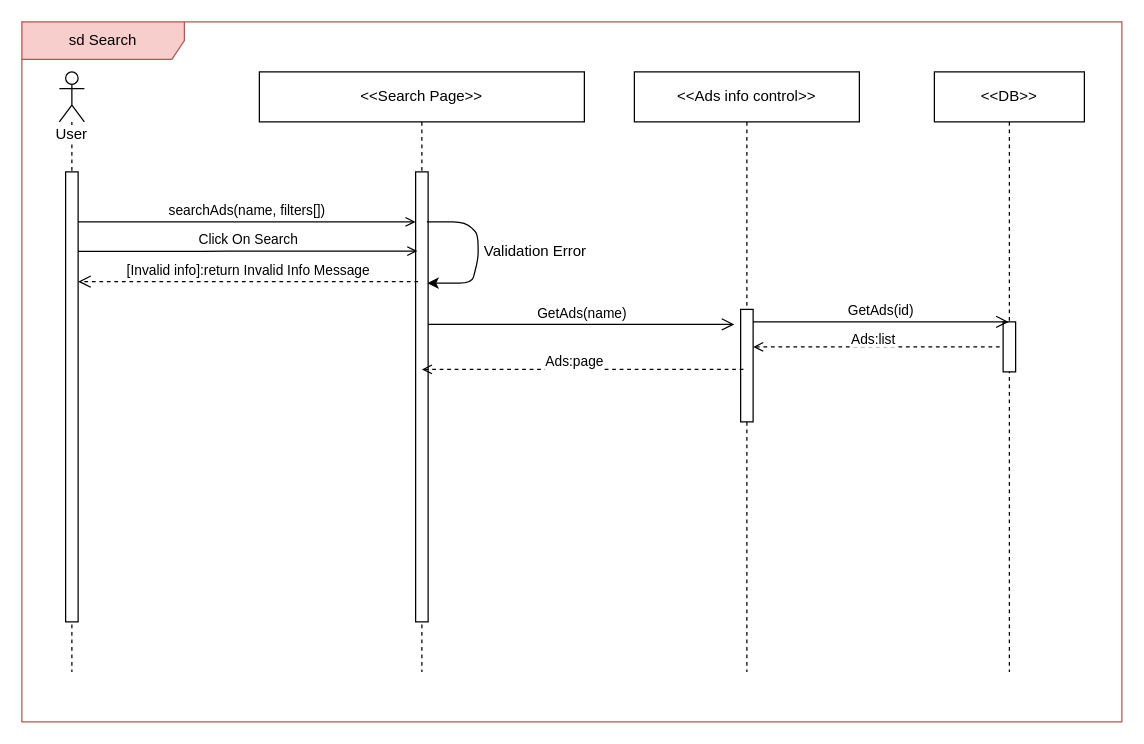
Before: page "Search-SD" (2 of 20) of SequenceDiagram/Middleware_CarBaMaSequenceDiagram.drawio in MelvinMo/CarBaMa_Automotive-Sale-Application, a draw.io diagram. Source tidied: cells renumbered, new cells numbered last; positions are measured from the earlier drawing's top-left corner, leaving out a move shared by most shapes. Both pictures are drawn from the tidied source at 125%, with x=0, y=0 at pixel (21, 21).
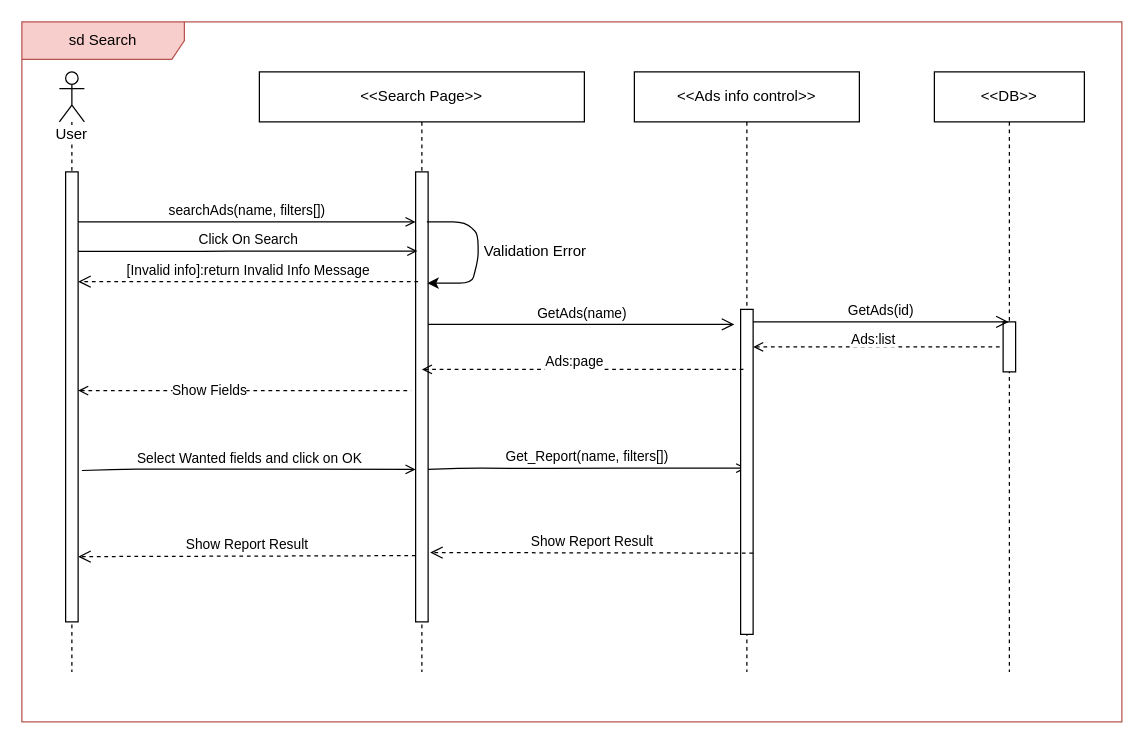
Above is the later version.

The change refers to these unchanged cells:
```xml
<mxCell id="4" style="html=1;points=[];perimeter=orthogonalPerimeter;" parent="3" vertex="1">
  <mxGeometry x="5" y="80" width="10" height="360" as="geometry" />
</mxCell>
<mxCell id="5" value="&amp;lt;&amp;lt;Search Page&amp;gt;&amp;gt;" style="shape=umlLifeline;perimeter=lifelinePerimeter;whiteSpace=wrap;html=1;" parent="1" vertex="1">
  <mxGeometry x="190" y="40" width="260" height="480" as="geometry" />
</mxCell>
<mxCell id="6" style="html=1;points=[];perimeter=orthogonalPerimeter;" parent="5" vertex="1">
  <mxGeometry x="125" y="80" width="10" height="360" as="geometry" />
</mxCell>
<mxCell id="9" value="&amp;lt;&amp;lt;Ads info control&amp;gt;&amp;gt;" style="shape=umlLifeline;perimeter=lifelinePerimeter;whiteSpace=wrap;html=1;outlineConnect=0;" parent="1" vertex="1">
  <mxGeometry x="490" y="40" width="180" height="480" as="geometry" />
</mxCell>
```

The edit, as a diff of the source:
```diff
@@
+    <mxCell id="22" value="Get_Report(name, filters[])" style="html=1;verticalAlign=bottom;endArrow=open;endFill=0;exitX=1.1;exitY=0.114;exitDx=0;exitDy=0;exitPerimeter=0;" parent="5" edge="1" target="9">
+      <mxGeometry relative="1" as="geometry">
+        <mxPoint x="135" y="318" as="sourcePoint" />
+        <Array as="points">
+          <mxPoint x="169" y="317" />
+          <mxPoint x="220" y="317.2" />
+          <mxPoint x="299" y="317" />
+        </Array>
+      </mxGeometry>
+    </mxCell>
@@
     <mxCell id="10" style="html=1;perimeter=orthogonalPerimeter;" parent="9" vertex="1">
-      <mxGeometry x="85" y="190" width="10" height="90" as="geometry" />
+      <mxGeometry x="85" y="190" width="10" height="260" as="geometry" />
     </mxCell>
@@
+    <mxCell id="23" value="Show Report Result" style="html=1;verticalAlign=bottom;endArrow=open;dashed=1;endSize=8;" parent="1" edge="1">
+      <mxGeometry relative="1" as="geometry">
+        <mxPoint x="315" y="427" as="sourcePoint" />
+        <mxPoint x="45" y="427.8" as="targetPoint" />
+      </mxGeometry>
+    </mxCell>
+    <mxCell id="24" style="endArrow=none;dashed=1;html=1;startArrow=open;startFill=0;entryX=-0.36;entryY=0.486;entryDx=0;entryDy=0;entryPerimeter=0;" parent="1" edge="1" source="4" target="6">
+      <mxGeometry relative="1" as="geometry" />
+    </mxCell>
+    <mxCell id="25" value="Show Fields" style="edgeLabel;html=1;align=center;verticalAlign=middle;" parent="24" vertex="1">
+      <mxGeometry x="-0.22" relative="1" as="geometry" />
+    </mxCell>
+    <mxCell id="26" value="Select Wanted fields and click on OK" style="html=1;verticalAlign=bottom;endArrow=open;endFill=0;exitX=1.1;exitY=0.114;exitDx=0;exitDy=0;exitPerimeter=0;" parent="1" edge="1">
+      <mxGeometry relative="1" as="geometry">
+        <mxPoint x="48" y="358.9" as="sourcePoint" />
+        <mxPoint x="315" y="358" as="targetPoint" />
+        <Array as="points">
+          <mxPoint x="82" y="357.8" />
+          <mxPoint x="212" y="357.8" />
+        </Array>
+      </mxGeometry>
+    </mxCell>
+    <mxCell id="27" value="Show Report Result" style="html=1;verticalAlign=bottom;endArrow=open;dashed=1;endSize=8;entryX=1.16;entryY=0.846;entryDx=0;entryDy=0;entryPerimeter=0;" parent="1" edge="1" target="6">
+      <mxGeometry relative="1" as="geometry">
+        <mxPoint x="585" y="425" as="sourcePoint" />
+      </mxGeometry>
+    </mxCell>
```
